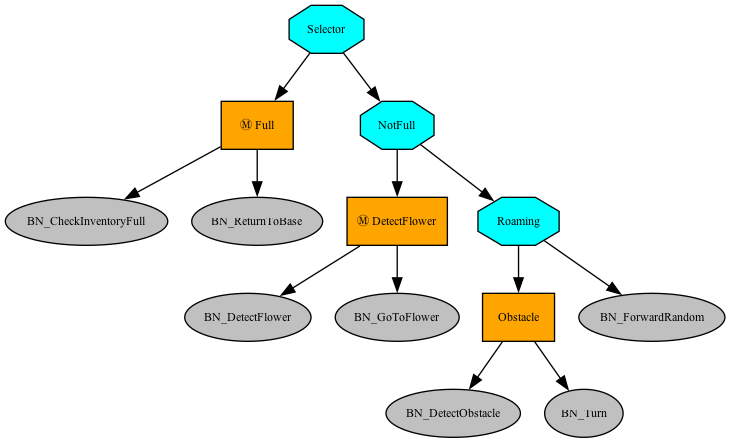
The Graphviz diagram AAPE/selector.png in queralts/AAPE-Behaviour-Trees, before a commit. Its source is kept beside it as AAPE/selector.dot. The source it was exported from:
```dot
digraph pastafarianism {
ordering=out;
graph [fontname="times-roman"];
node [fontname="times-roman"];
edge [fontname="times-roman"];
Selector [label=Selector, shape=octagon, style=filled, fillcolor=cyan, fontsize=9, fontcolor=black];
Full [label="Ⓜ Full", shape=box, style=filled, fillcolor=orange, fontsize=9, fontcolor=black];
Selector -> Full;
BN_CheckInventoryFull [label="BN_CheckInventoryFull", shape=ellipse, style=filled, fillcolor=gray, fontsize=9, fontcolor=black];
Full -> BN_CheckInventoryFull;
BN_ReturnToBase [label="BN_ReturnToBase", shape=ellipse, style=filled, fillcolor=gray, fontsize=9, fontcolor=black];
Full -> BN_ReturnToBase;
NotFull [label=NotFull, shape=octagon, style=filled, fillcolor=cyan, fontsize=9, fontcolor=black];
Selector -> NotFull;
DetectFlower [label="Ⓜ DetectFlower", shape=box, style=filled, fillcolor=orange, fontsize=9, fontcolor=black];
NotFull -> DetectFlower;
BN_DetectFlower [label="BN_DetectFlower", shape=ellipse, style=filled, fillcolor=gray, fontsize=9, fontcolor=black];
DetectFlower -> BN_DetectFlower;
BN_GoToFlower [label="BN_GoToFlower", shape=ellipse, style=filled, fillcolor=gray, fontsize=9, fontcolor=black];
DetectFlower -> BN_GoToFlower;
Roaming [label=Roaming, shape=octagon, style=filled, fillcolor=cyan, fontsize=9, fontcolor=black];
NotFull -> Roaming;
Obstacle [label=Obstacle, shape=box, style=filled, fillcolor=orange, fontsize=9, fontcolor=black];
Roaming -> Obstacle;
BN_DetectObstacle [label="BN_DetectObstacle", shape=ellipse, style=filled, fillcolor=gray, fontsize=9, fontcolor=black];
Obstacle -> BN_DetectObstacle;
BN_Turn [label="BN_Turn", shape=ellipse, style=filled, fillcolor=gray, fontsize=9, fontcolor=black];
Obstacle -> BN_Turn;
BN_ForwardRandom [label="BN_ForwardRandom", shape=ellipse, style=filled, fillcolor=gray, fontsize=9, fontcolor=black];
Roaming -> BN_ForwardRandom;
}
```
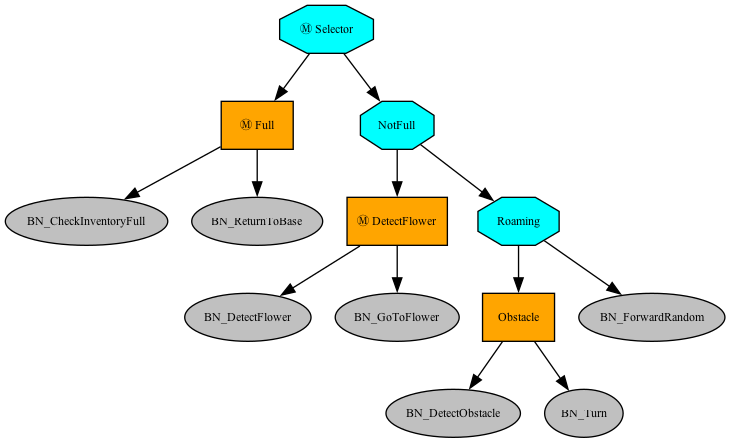
The same file after the commit.

The edit, as a diff of the source:
```diff
@@ -3,7 +3,7 @@
 graph [fontname="times-roman"];
 node [fontname="times-roman"];
 edge [fontname="times-roman"];
-Selector [label=Selector, shape=octagon, style=filled, fillcolor=cyan, fontsize=9, fontcolor=black];
+Selector [label="Ⓜ Selector", shape=octagon, style=filled, fillcolor=cyan, fontsize=9, fontcolor=black];
 Full [label="Ⓜ Full", shape=box, style=filled, fillcolor=orange, fontsize=9, fontcolor=black];
 Selector -> Full;
 BN_CheckInventoryFull [label="BN_CheckInventoryFull", shape=ellipse, style=filled, fillcolor=gray, fontsize=9, fontcolor=black];
```
